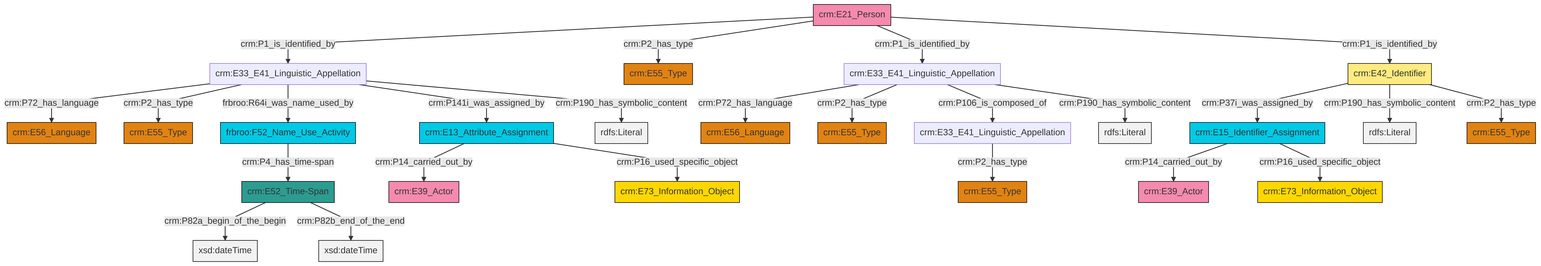
This is et/personCSV/ttl/mmd/png/Person_Names_and_Classification.png from swiss-art-research-net/docs.swissartresearch, a Mermaid export, as it was before one commit. Its source is kept beside it as et/personCSV/ttl/mmd/Person_Names_and_Classification.ttl.mmd.
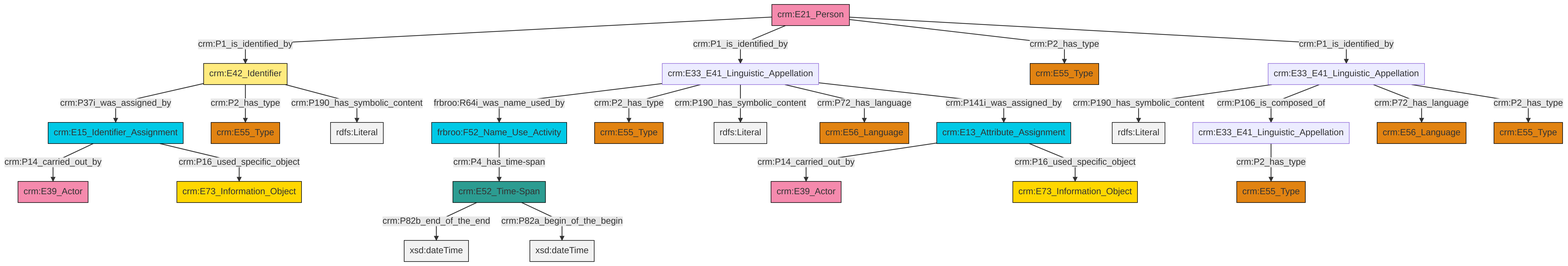
After the change.

Diff of the diagram source:
```diff
@@ -13,27 +13,27 @@
 classDef PC_Classes fill:#4ce600, stroke:#000000;
 classDef Multi fill:#cccccc,stroke:#000000;
 
-2["crm:E15_Identifier_Assignment"]:::Temporal_Entity -->|crm:P14_carried_out_by| 3["crm:E39_Actor"]:::Actor
-4["crm:E42_Identifier"]:::Appellation -->|crm:P37i_was_assigned_by| 2["crm:E15_Identifier_Assignment"]:::Temporal_Entity
-5["crm:E52_Time-Span"]:::Time-Span -->|crm:P82a_begin_of_the_begin| 6[xsd:dateTime]:::Literal
-11["crm:E33_E41_Linguistic_Appellation"]:::Default -->|crm:P72_has_language| 12["crm:E56_Language"]:::Type
-16["crm:E13_Attribute_Assignment"]:::Temporal_Entity -->|crm:P14_carried_out_by| 7["crm:E39_Actor"]:::Actor
-11["crm:E33_E41_Linguistic_Appellation"]:::Default -->|crm:P2_has_type| 21["crm:E55_Type"]:::Type
-9["crm:E33_E41_Linguistic_Appellation"]:::Default -->|crm:P72_has_language| 27["crm:E56_Language"]:::Type
-11["crm:E33_E41_Linguistic_Appellation"]:::Default -->|frbroo:R64i_was_name_used_by| 32["frbroo:F52_Name_Use_Activity"]:::Temporal_Entity
-32["frbroo:F52_Name_Use_Activity"]:::Temporal_Entity -->|crm:P4_has_time-span| 5["crm:E52_Time-Span"]:::Time-Span
-23["crm:E21_Person"]:::Actor -->|crm:P1_is_identified_by| 11["crm:E33_E41_Linguistic_Appellation"]:::Default
-2["crm:E15_Identifier_Assignment"]:::Temporal_Entity -->|crm:P16_used_specific_object| 25["crm:E73_Information_Object"]:::Conceptual_Object
-9["crm:E33_E41_Linguistic_Appellation"]:::Default -->|crm:P2_has_type| 33["crm:E55_Type"]:::Type
-23["crm:E21_Person"]:::Actor -->|crm:P2_has_type| 17["crm:E55_Type"]:::Type
-30["crm:E33_E41_Linguistic_Appellation"]:::Default -->|crm:P2_has_type| 36["crm:E55_Type"]:::Type
-11["crm:E33_E41_Linguistic_Appellation"]:::Default -->|crm:P141i_was_assigned_by| 16["crm:E13_Attribute_Assignment"]:::Temporal_Entity
-16["crm:E13_Attribute_Assignment"]:::Temporal_Entity -->|crm:P16_used_specific_object| 0["crm:E73_Information_Object"]:::Conceptual_Object
-4["crm:E42_Identifier"]:::Appellation -->|crm:P190_has_symbolic_content| 40[rdfs:Literal]:::Literal
-4["crm:E42_Identifier"]:::Appellation -->|crm:P2_has_type| 19["crm:E55_Type"]:::Type
-9["crm:E33_E41_Linguistic_Appellation"]:::Default -->|crm:P106_is_composed_of| 30["crm:E33_E41_Linguistic_Appellation"]:::Default
-5["crm:E52_Time-Span"]:::Time-Span -->|crm:P82b_end_of_the_end| 43[xsd:dateTime]:::Literal
-9["crm:E33_E41_Linguistic_Appellation"]:::Default -->|crm:P190_has_symbolic_content| 44[rdfs:Literal]:::Literal
-11["crm:E33_E41_Linguistic_Appellation"]:::Default -->|crm:P190_has_symbolic_content| 45[rdfs:Literal]:::Literal
-23["crm:E21_Person"]:::Actor -->|crm:P1_is_identified_by| 9["crm:E33_E41_Linguistic_Appellation"]:::Default
-23["crm:E21_Person"]:::Actor -->|crm:P1_is_identified_by| 4["crm:E42_Identifier"]:::Appellation
+2["crm:E21_Person"]:::Actor -->|crm:P1_is_identified_by| 3["crm:E42_Identifier"]:::Appellation
+0["crm:E33_E41_Linguistic_Appellation"]:::Default -->|crm:P190_has_symbolic_content| 4[rdfs:Literal]:::Literal
+5["frbroo:F52_Name_Use_Activity"]:::Temporal_Entity -->|crm:P4_has_time-span| 6["crm:E52_Time-Span"]:::Time-Span
+7["crm:E33_E41_Linguistic_Appellation"]:::Default -->|frbroo:R64i_was_name_used_by| 5["frbroo:F52_Name_Use_Activity"]:::Temporal_Entity
+7["crm:E33_E41_Linguistic_Appellation"]:::Default -->|crm:P2_has_type| 8["crm:E55_Type"]:::Type
+0["crm:E33_E41_Linguistic_Appellation"]:::Default -->|crm:P106_is_composed_of| 13["crm:E33_E41_Linguistic_Appellation"]:::Default
+13["crm:E33_E41_Linguistic_Appellation"]:::Default -->|crm:P2_has_type| 16["crm:E55_Type"]:::Type
+17["crm:E15_Identifier_Assignment"]:::Temporal_Entity -->|crm:P14_carried_out_by| 18["crm:E39_Actor"]:::Actor
+2["crm:E21_Person"]:::Actor -->|crm:P1_is_identified_by| 7["crm:E33_E41_Linguistic_Appellation"]:::Default
+2["crm:E21_Person"]:::Actor -->|crm:P2_has_type| 20["crm:E55_Type"]:::Type
+22["crm:E13_Attribute_Assignment"]:::Temporal_Entity -->|crm:P14_carried_out_by| 23["crm:E39_Actor"]:::Actor
+0["crm:E33_E41_Linguistic_Appellation"]:::Default -->|crm:P72_has_language| 25["crm:E56_Language"]:::Type
+0["crm:E33_E41_Linguistic_Appellation"]:::Default -->|crm:P2_has_type| 11["crm:E55_Type"]:::Type
+6["crm:E52_Time-Span"]:::Time-Span -->|crm:P82b_end_of_the_end| 33[xsd:dateTime]:::Literal
+3["crm:E42_Identifier"]:::Appellation -->|crm:P37i_was_assigned_by| 17["crm:E15_Identifier_Assignment"]:::Temporal_Entity
+3["crm:E42_Identifier"]:::Appellation -->|crm:P2_has_type| 26["crm:E55_Type"]:::Type
+7["crm:E33_E41_Linguistic_Appellation"]:::Default -->|crm:P190_has_symbolic_content| 35[rdfs:Literal]:::Literal
+7["crm:E33_E41_Linguistic_Appellation"]:::Default -->|crm:P72_has_language| 36["crm:E56_Language"]:::Type
+2["crm:E21_Person"]:::Actor -->|crm:P1_is_identified_by| 0["crm:E33_E41_Linguistic_Appellation"]:::Default
+6["crm:E52_Time-Span"]:::Time-Span -->|crm:P82a_begin_of_the_begin| 37[xsd:dateTime]:::Literal
+3["crm:E42_Identifier"]:::Appellation -->|crm:P190_has_symbolic_content| 38[rdfs:Literal]:::Literal
+22["crm:E13_Attribute_Assignment"]:::Temporal_Entity -->|crm:P16_used_specific_object| 14["crm:E73_Information_Object"]:::Conceptual_Object
+17["crm:E15_Identifier_Assignment"]:::Temporal_Entity -->|crm:P16_used_specific_object| 41["crm:E73_Information_Object"]:::Conceptual_Object
+7["crm:E33_E41_Linguistic_Appellation"]:::Default -->|crm:P141i_was_assigned_by| 22["crm:E13_Attribute_Assignment"]:::Temporal_Entity
```
